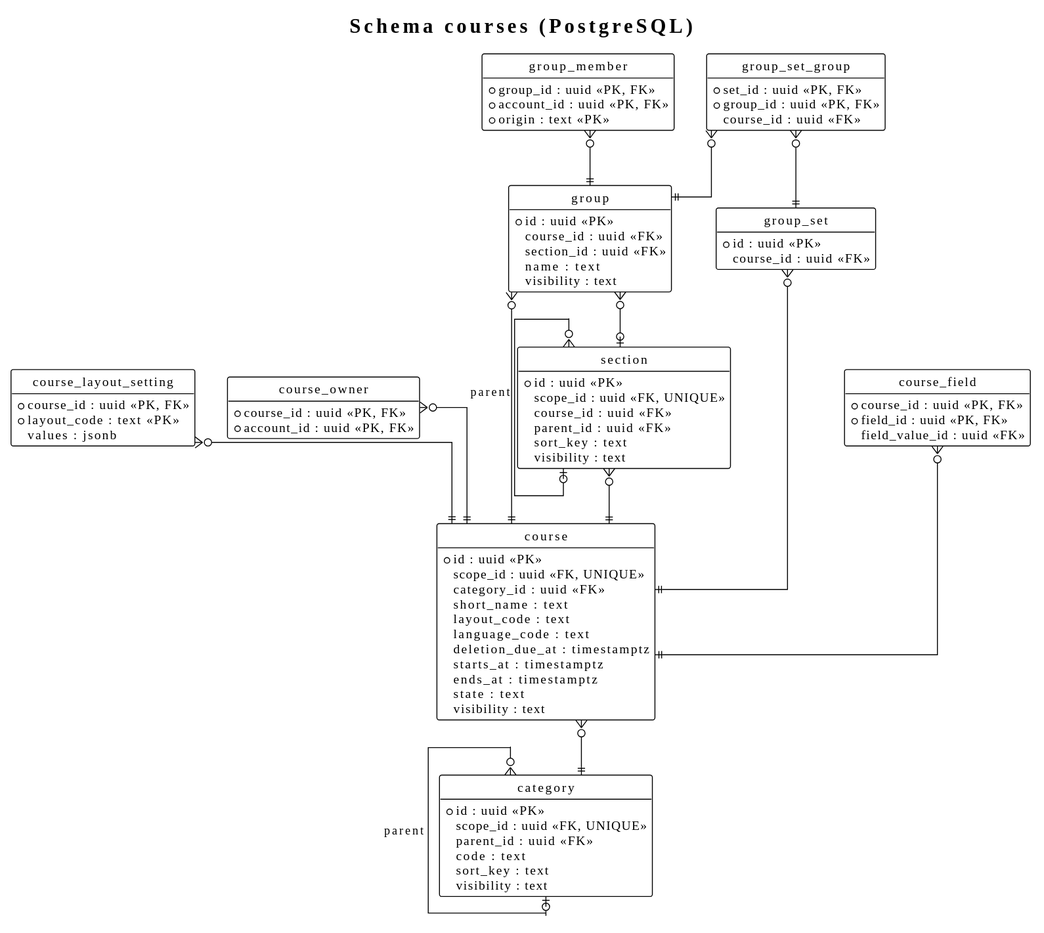
didactika/kampus keeps this PlantUML diagram as docs/03-design/data-model/courses.svg. Above is the earlier version.
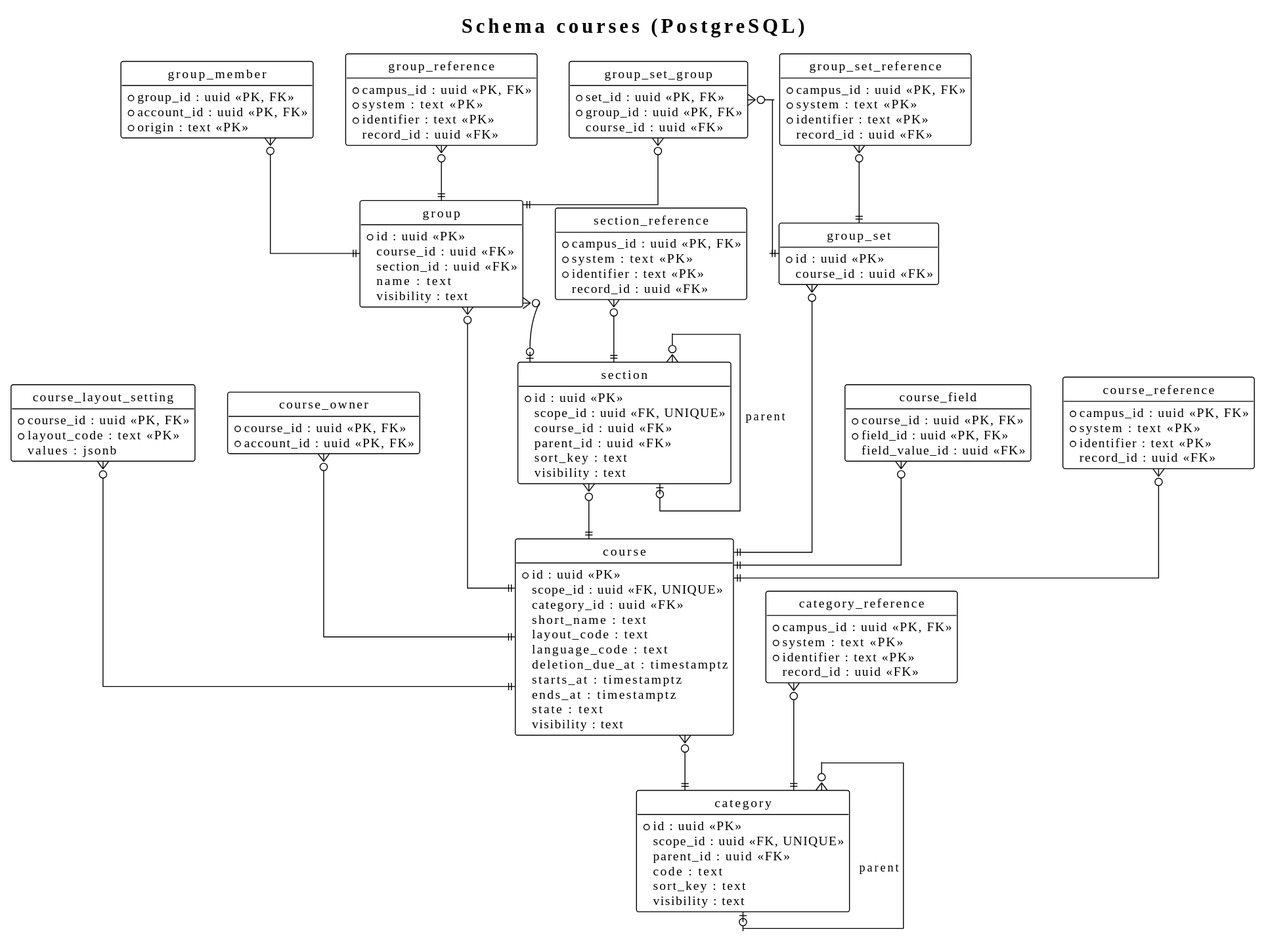
Later version of the same file.

What changed in the source:
```diff
@@ -70,6 +70,36 @@
   course_id : uuid <<FK>>
 }
 
+entity category_reference {
+  * campus_id : uuid <<PK, FK>>
+  * system : text <<PK>>
+  * identifier : text <<PK>>
+  record_id : uuid <<FK>>
+}
+entity course_reference {
+  * campus_id : uuid <<PK, FK>>
+  * system : text <<PK>>
+  * identifier : text <<PK>>
+  record_id : uuid <<FK>>
+}
+entity section_reference {
+  * campus_id : uuid <<PK, FK>>
+  * system : text <<PK>>
+  * identifier : text <<PK>>
+  record_id : uuid <<FK>>
+}
+entity group_reference {
+  * campus_id : uuid <<PK, FK>>
+  * system : text <<PK>>
+  * identifier : text <<PK>>
+  record_id : uuid <<FK>>
+}
+entity group_set_reference {
+  * campus_id : uuid <<PK, FK>>
+  * system : text <<PK>>
+  * identifier : text <<PK>>
+  record_id : uuid <<FK>>
+}
 category }o--o| category : parent
 course }o--|| category
 course_layout_setting }o--|| course
@@ -83,4 +113,9 @@
 group_set_group }o--|| group_set
 group_set_group }o--|| group
 course_field }o--|| course
+category_reference }o--|| category
+course_reference }o--|| course
+section_reference }o--|| section
+group_reference }o--|| group
+group_set_reference }o--|| group_set
 @enduml
```
